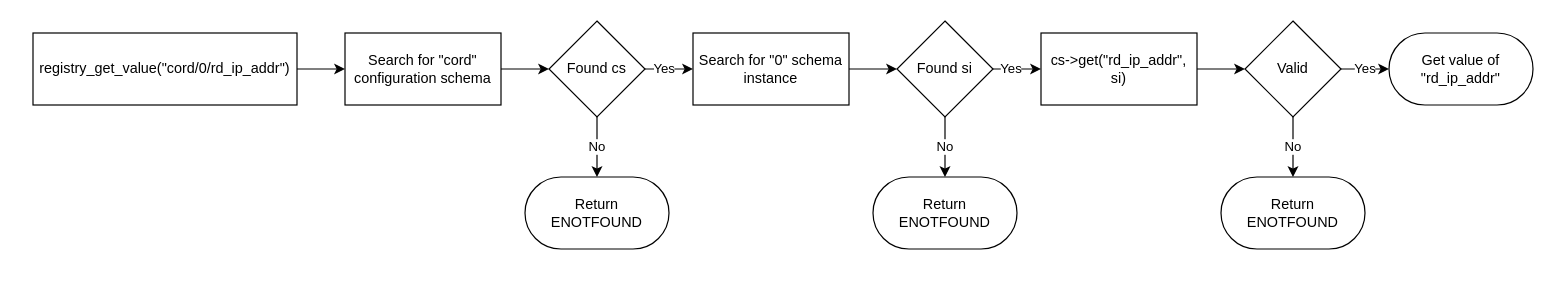
The draw.io diagram doc/drawio/basic_behavioral_flow_get.drawio in LasseRosenow/riot-runtime-config, before the edit. Source tidied: cells renumbered, new cells numbered last; positions are measured from the earlier drawing's top-left corner, leaving out a move shared by most shapes. Both pictures are drawn from the tidied source at 120%, with x=0, y=0 at pixel (20, 20).
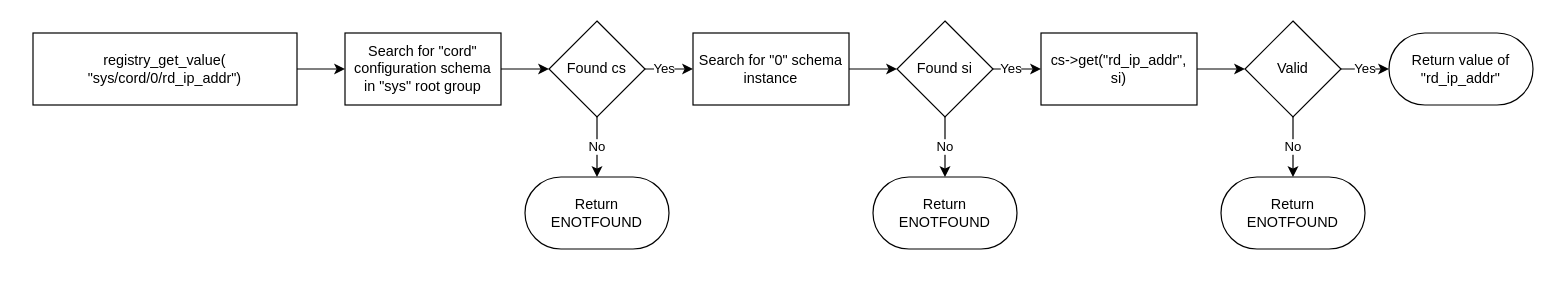
Above is the later version.

What changed in the source:
```diff
@@
-    <mxCell id="4" value="registry_get_value(&quot;cord/0/rd_ip_addr&quot;)" style="rounded=0;whiteSpace=wrap;html=1;" parent="1" vertex="1">
+    <mxCell id="4" value="registry_get_value(&lt;br&gt;&quot;sys/cord/0/rd_ip_addr&quot;)" style="rounded=0;whiteSpace=wrap;html=1;" parent="1" vertex="1">
       <mxGeometry x="10" y="10" width="220" height="60" as="geometry" />
     </mxCell>
@@
-    <mxCell id="6" value="Search for &quot;cord&quot; configuration schema" style="rounded=0;whiteSpace=wrap;html=1;" parent="1" vertex="1">
+    <mxCell id="6" value="Search for &quot;cord&quot; configuration schema&lt;br&gt;in &quot;sys&quot; root group" style="rounded=0;whiteSpace=wrap;html=1;" parent="1" vertex="1">
       <mxGeometry x="270" y="10" width="130" height="60" as="geometry" />
     </mxCell>
@@
-    <mxCell id="16" value="Get value of &quot;rd_ip_addr&quot;" style="rounded=1;whiteSpace=wrap;html=1;arcSize=50;" parent="1" vertex="1">
+    <mxCell id="16" value="Return value of &quot;rd_ip_addr&quot;" style="rounded=1;whiteSpace=wrap;html=1;arcSize=50;" parent="1" vertex="1">
       <mxGeometry x="1140" y="10" width="120" height="60" as="geometry" />
     </mxCell>
```
